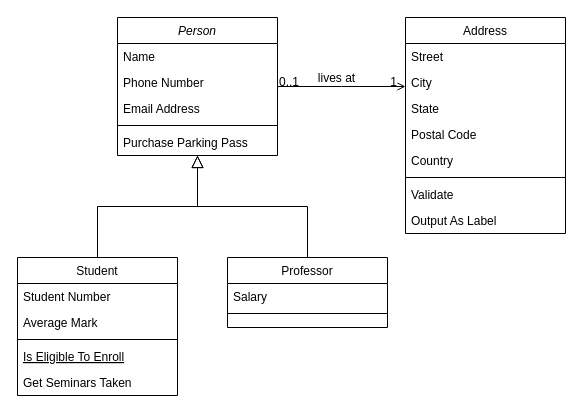
Earlier version of the draw.io diagram assets/vh.drawio (DEsoTVH/tvhpage). Source tidied: cells renumbered, new cells numbered last; positions are measured from the earlier drawing's top-left corner, leaving out a move shared by most shapes. Both pictures are drawn from the tidied source at 100%, with x=0, y=0 at pixel (17, 17).
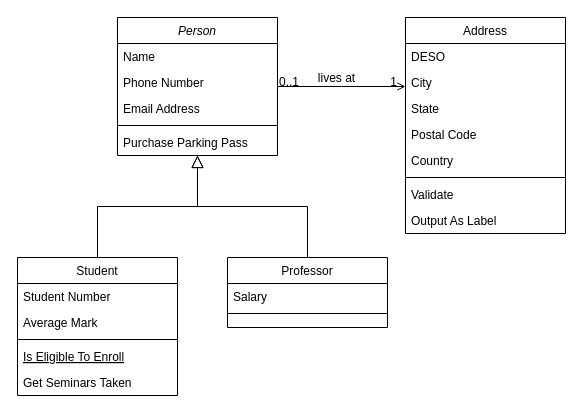
Above is the later version.

The change refers to these unchanged cells:
```xml
<mxCell id="19" value="Address" style="swimlane;fontStyle=0;align=center;verticalAlign=top;horizontal=1;startSize=26;rounded=0;shadow=0;strokeWidth=1;" parent="1" vertex="1">
  <mxGeometry x="388" width="160" height="216" as="geometry" />
</mxCell>
```

Change to the diagram source:
```diff
@@
-    <mxCell id="20" value="Street" style="text;align=left;verticalAlign=top;spacingLeft=4;spacingRight=4;overflow=hidden;" parent="19" vertex="1">
+    <mxCell id="20" value="DESO&#10;" style="text;align=left;verticalAlign=top;spacingLeft=4;spacingRight=4;overflow=hidden;" parent="19" vertex="1">
       <mxGeometry y="26" width="160" height="26" as="geometry" />
     </mxCell>
```
